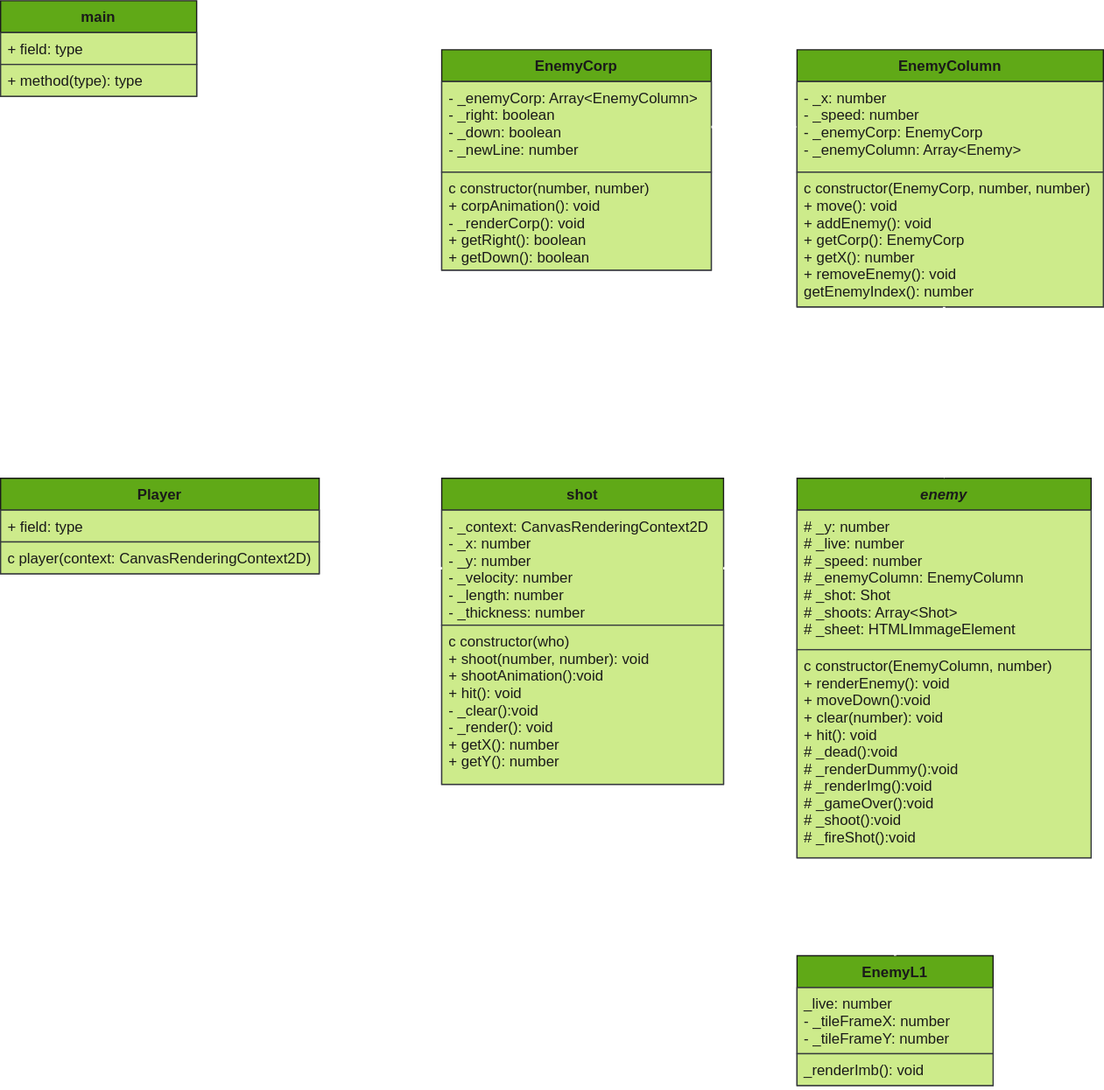
Earlier version of the draw.io export uml/uml.svg (Jim8Knopf/jkons-invader). Source tidied: cells renumbered, new cells last; positions are measured from the earlier drawing's top-left corner, leaving out a move shared by most shapes.
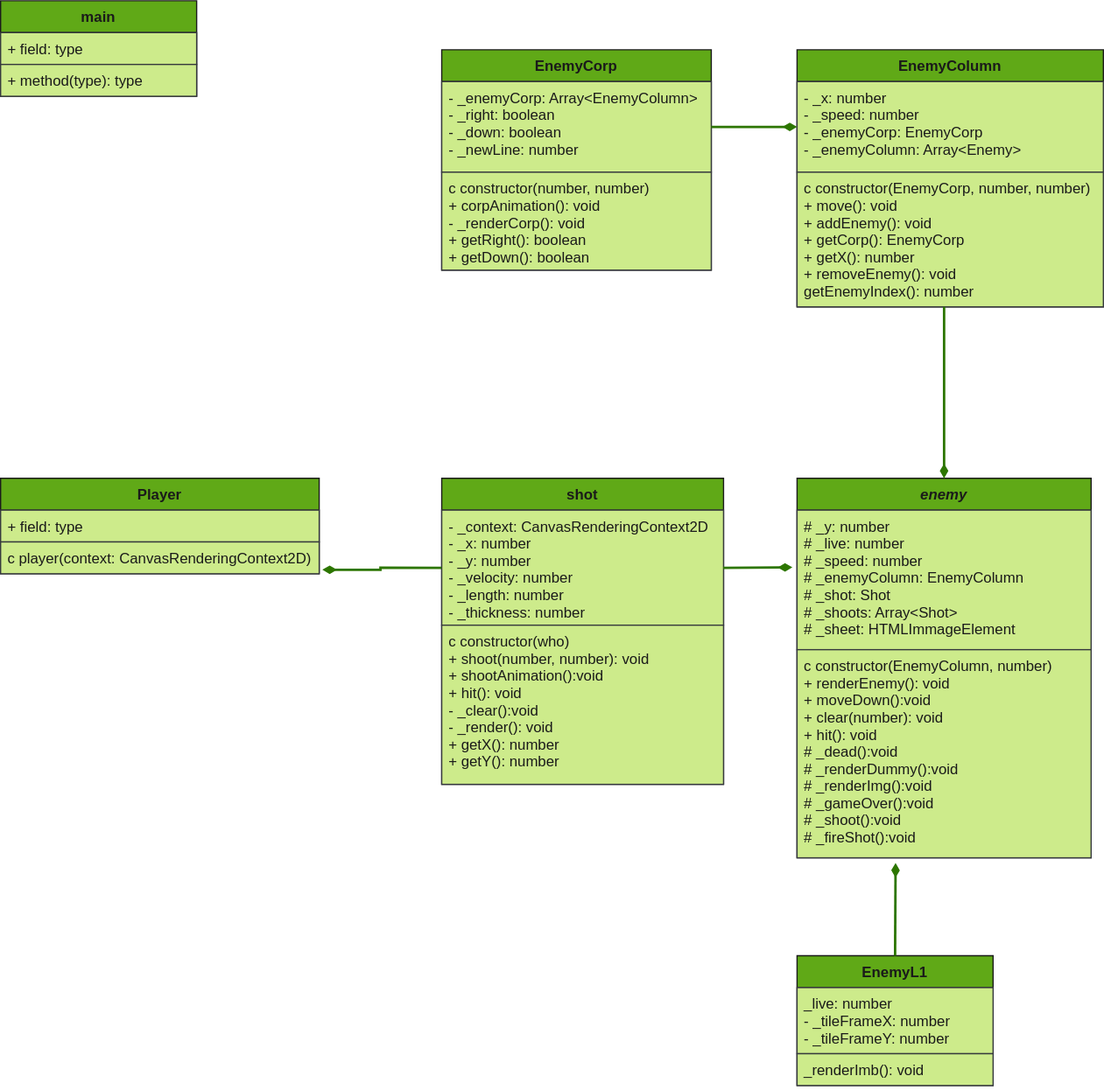
The same file after the commit.

What changed in the source:
```diff
@@ -47,7 +47,7 @@
     <mxCell id="16" value="_renderImb(): void" style="text;strokeColor=#36393d;fillColor=#cdeb8b;align=left;verticalAlign=top;spacingLeft=4;spacingRight=4;overflow=hidden;fontColor=#1A1A1A;" parent="14" vertex="1">
       <mxGeometry y="80" width="160" height="26" as="geometry" />
     </mxCell>
-    <mxCell id="17" style="endArrow=block;endSize=16;endFill=0;html=1;strokeColor=#FFFFFF;strokeWidth=2;exitX=0.5;exitY=0;exitDx=0;exitDy=0;entryX=0.335;entryY=1.025;entryDx=0;entryDy=0;entryPerimeter=0;fontColor=#FFFFFF;labelBackgroundColor=#ffffff;jumpStyle=gap;jumpSize=16;shadow=0;sketch=0;labelBorderColor=#000000;" parent="1" edge="1" source="14" target="13">
+    <mxCell id="17" style="endArrow=diamondThin;endFill=1;html=1;strokeColor=#2D7600;strokeWidth=2;exitX=0.5;exitY=0;exitDx=0;exitDy=0;entryX=0.335;entryY=1.025;entryDx=0;entryDy=0;entryPerimeter=0;fontColor=#1A1A1A;labelBackgroundColor=#2a2a2a;jumpStyle=gap;jumpSize=16;rounded=0;fillColor=#60a917;" parent="1" edge="1" source="14" target="13">
       <mxGeometry relative="1" as="geometry" />
     </mxCell>
     <mxCell id="18" value="EnemyColumn" style="swimlane;fontStyle=1;align=center;verticalAlign=top;horizontal=1;startSize=26;fillColor=#60a917;rounded=0;glass=0;shadow=0;sketch=0;labelBackgroundColor=none;fontColor=#1A1A1A;swimlaneFillColor=#CDEB8B;strokeColor=#1A1A1A;" parent="1" vertex="1">
@@ -59,7 +59,7 @@
     <mxCell id="20" value="c constructor(EnemyCorp, number, number)&#10;+ move(): void&#10;+ addEnemy(): void&#10;+ getCorp(): EnemyCorp&#10;+ getX(): number&#10;+ removeEnemy(): void&#10;getEnemyIndex(): number" style="text;strokeColor=#36393d;fillColor=#cdeb8b;align=left;verticalAlign=top;spacingLeft=4;spacingRight=4;overflow=hidden;points=[[0,0.5],[1,0.5]];portConstraint=eastwest;fontColor=#1A1A1A;" parent="18" vertex="1">
       <mxGeometry y="100" width="250" height="110" as="geometry" />
     </mxCell>
-    <mxCell id="21" style="edgeStyle=orthogonalEdgeStyle;rounded=0;jettySize=auto;html=1;entryX=0.5;entryY=0;entryDx=0;entryDy=0;endArrow=diamondThin;endFill=1;fontColor=#1A1A1A;strokeColor=#FFFFFF;strokeWidth=2;jumpStyle=none;exitX=0.48;exitY=1;exitDx=0;exitDy=0;exitPerimeter=0;" parent="1" edge="1" source="20" target="11">
+    <mxCell id="21" style="edgeStyle=orthogonalEdgeStyle;rounded=0;jettySize=auto;html=1;entryX=0.5;entryY=0;entryDx=0;entryDy=0;endArrow=diamondThin;endFill=1;fontColor=#1A1A1A;strokeColor=#2D7600;strokeWidth=2;jumpStyle=none;exitX=0.48;exitY=1;exitDx=0;exitDy=0;exitPerimeter=0;fillColor=#60a917;" parent="1" edge="1" source="20" target="11">
       <mxGeometry relative="1" as="geometry" />
     </mxCell>
     <mxCell id="22" value="EnemyCorp" style="swimlane;fontStyle=1;align=center;verticalAlign=top;horizontal=1;startSize=26;fillColor=#60a917;rounded=0;glass=0;shadow=0;sketch=0;labelBackgroundColor=none;fontColor=#1A1A1A;swimlaneFillColor=#CDEB8B;strokeColor=#1A1A1A;" parent="1" vertex="1">
@@ -71,13 +71,13 @@
     <mxCell id="24" value="c constructor(number, number)&#10;+ corpAnimation(): void&#10;- _renderCorp(): void&#10;+ getRight(): boolean&#10;+ getDown(): boolean" style="text;strokeColor=#36393d;fillColor=#cdeb8b;align=left;verticalAlign=top;spacingLeft=4;spacingRight=4;overflow=hidden;fontColor=#1A1A1A;" parent="22" vertex="1">
       <mxGeometry y="100" width="220" height="80" as="geometry" />
     </mxCell>
-    <mxCell id="25" style="edgeStyle=orthogonalEdgeStyle;rounded=0;jettySize=auto;html=1;entryX=0;entryY=0.5;entryDx=0;entryDy=0;endArrow=diamondThin;endFill=1;fontColor=#1A1A1A;strokeColor=#FFFFFF;strokeWidth=2;jumpStyle=none;exitX=1;exitY=0.5;exitDx=0;exitDy=0;" parent="1" edge="1" source="23" target="19">
+    <mxCell id="25" style="edgeStyle=orthogonalEdgeStyle;rounded=0;jettySize=auto;html=1;entryX=0;entryY=0.5;entryDx=0;entryDy=0;endArrow=diamondThin;endFill=1;fontColor=#1A1A1A;strokeColor=#2D7600;strokeWidth=2;jumpStyle=none;exitX=1;exitY=0.5;exitDx=0;exitDy=0;fillColor=#60a917;" parent="1" edge="1" source="23" target="19">
       <mxGeometry relative="1" as="geometry" />
     </mxCell>
-    <mxCell id="26" style="edgeStyle=orthogonalEdgeStyle;rounded=0;sketch=0;jumpStyle=gap;jumpSize=16;jettySize=auto;html=1;shadow=0;labelBackgroundColor=#ffffff;endArrow=diamondThin;endFill=1;strokeColor=#FFFFFF;strokeWidth=2;fontColor=#FFFFFF;entryX=-0.016;entryY=0.41;entryDx=0;entryDy=0;entryPerimeter=0;" parent="1" edge="1" source="9" target="12">
+    <mxCell id="26" style="edgeStyle=orthogonalEdgeStyle;rounded=0;jumpStyle=gap;jumpSize=16;jettySize=auto;html=1;labelBackgroundColor=#2a2a2a;endArrow=diamondThin;endFill=1;strokeColor=#2D7600;strokeWidth=2;fontColor=#1A1A1A;entryX=-0.016;entryY=0.41;entryDx=0;entryDy=0;entryPerimeter=0;fillColor=#60a917;" parent="1" edge="1" source="9" target="12">
       <mxGeometry relative="1" as="geometry" />
     </mxCell>
-    <mxCell id="27" style="edgeStyle=orthogonalEdgeStyle;rounded=0;sketch=0;jumpStyle=gap;jumpSize=16;jettySize=auto;html=1;shadow=0;labelBackgroundColor=#ffffff;endArrow=diamondThin;endFill=1;strokeColor=#FFFFFF;strokeWidth=2;fontColor=#FFFFFF;entryX=1.01;entryY=0.874;entryDx=0;entryDy=0;entryPerimeter=0;" parent="1" edge="1" source="9" target="4">
+    <mxCell id="27" style="edgeStyle=orthogonalEdgeStyle;rounded=0;jumpStyle=gap;jumpSize=16;jettySize=auto;html=1;labelBackgroundColor=#2a2a2a;endArrow=diamondThin;endFill=1;strokeColor=#2D7600;strokeWidth=2;fontColor=#1A1A1A;entryX=1.01;entryY=0.874;entryDx=0;entryDy=0;entryPerimeter=0;fillColor=#60a917;" parent="1" edge="1" source="9" target="4">
       <mxGeometry relative="1" as="geometry" />
     </mxCell>
   </root>
```
